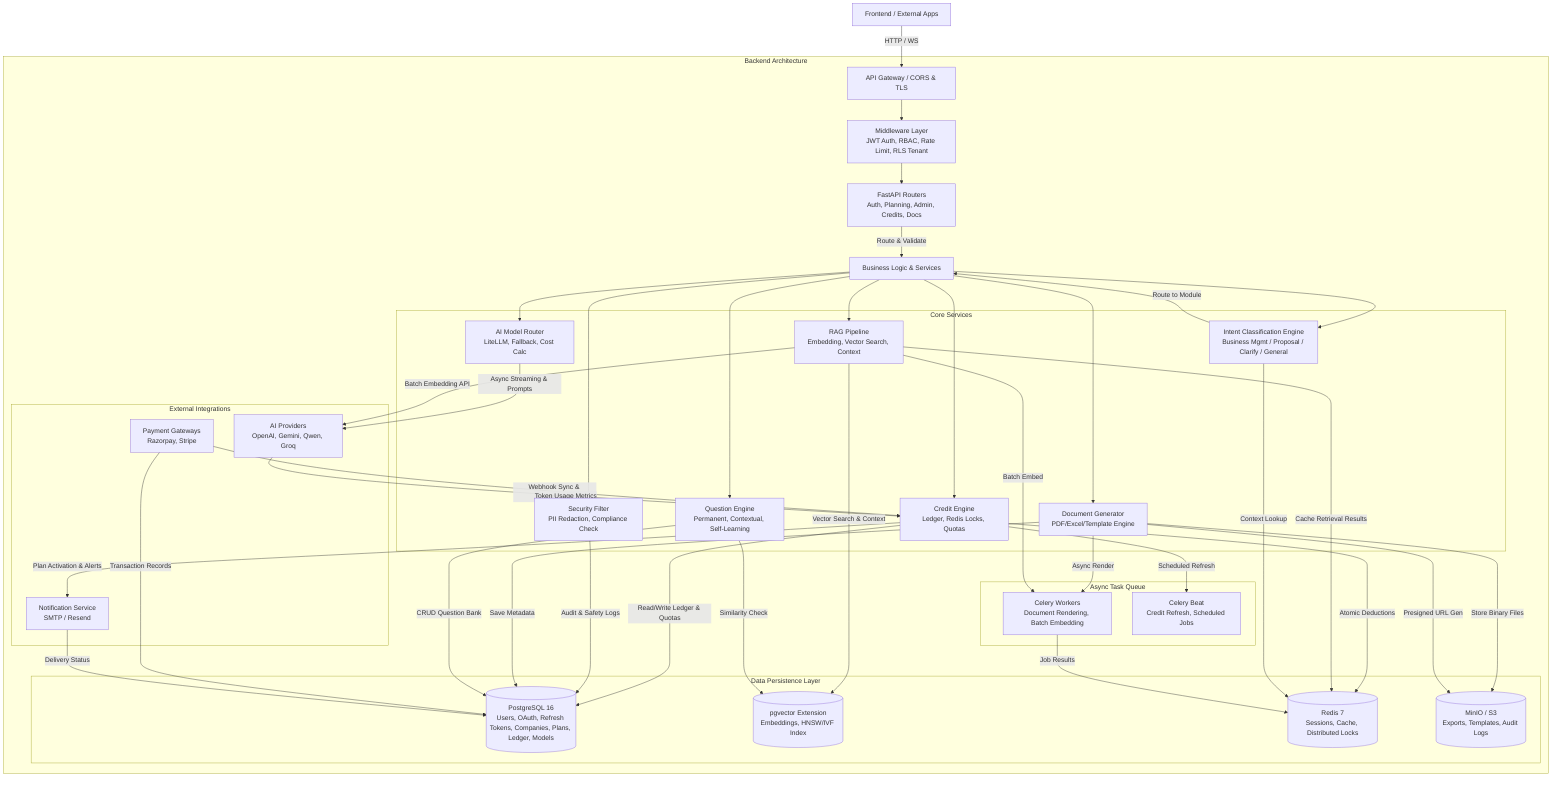
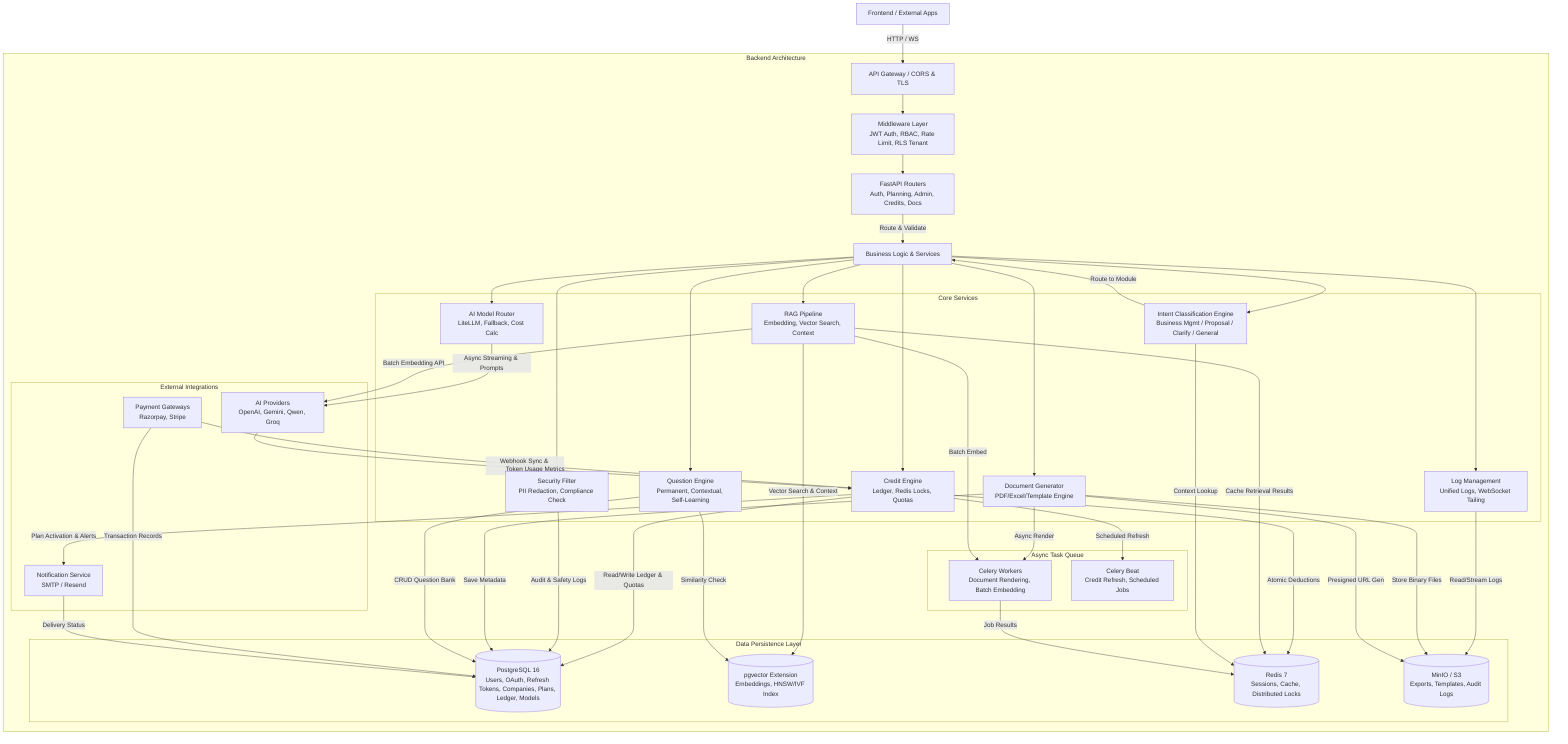
graph TD
    Client[Frontend / External Apps] -->|HTTP / WS| GW[API Gateway / CORS & TLS]

    subgraph BackendArchitecture["Backend Architecture"]
        GW --> MW[Middleware Layer\nJWT Auth, RBAC, Rate Limit, RLS Tenant]
        MW --> Controllers[FastAPI Routers\nAuth, Planning, Admin, Credits, Docs]

        Controllers -->|Route & Validate| Services[Business Logic & Services]

        subgraph CoreServices["Core Services"]
            IntentEngine[Intent Classification Engine\nBusiness Mgmt / Proposal / Clarify / General]
            CreditSvc[Credit Engine\nLedger, Redis Locks, Quotas]
            AIRouter[AI Model Router\nLiteLLM, Fallback, Cost Calc]
            RAGSvc[RAG Pipeline\nEmbedding, Vector Search, Context]
            QuestionEngine[Question Engine\nPermanent, Contextual, Self-Learning]
+             LogSvc[Log Management\nUnified Logs, WebSocket Tailing]
            GuardRail[Security Filter\nPII Redaction, Compliance Check]
            DocGen[Document Generator\nPDF/Excel/Template Engine]
        end

        Services --> IntentEngine
        IntentEngine -->|Route to Module| Services
        Services --> CreditSvc
        Services --> AIRouter
        Services --> RAGSvc
        Services --> QuestionEngine
+         Services --> LogSvc
        Services --> GuardRail
        Services --> DocGen

        subgraph TaskQueue["Async Task Queue"]
            Celery[Celery Workers\nDocument Rendering, Batch Embedding]
            CeleryBeat[Celery Beat\nCredit Refresh, Scheduled Jobs]
        end

        DocGen -->|Async Render| Celery
        CreditSvc -->|Scheduled Refresh| CeleryBeat
        RAGSvc -->|Batch Embed| Celery

        subgraph DataPersistenceLayer["Data Persistence Layer"]
            PG[(PostgreSQL 16\nUsers, OAuth, Refresh Tokens, Companies, Plans, Ledger, Models)]
            PGVec[(pgvector Extension\nEmbeddings, HNSW/IVF Index)]
            Redis[(Redis 7\nSessions, Cache, Distributed Locks)]
            MinIO[(MinIO / S3\nExports, Templates, Audit Logs)]
        end

        CreditSvc -->|Read/Write Ledger & Quotas| PG
        CreditSvc -->|Atomic Deductions| Redis
        RAGSvc -->|Vector Search & Context| PGVec
        RAGSvc -->|Cache Retrieval Results| Redis
        GuardRail -->|Audit & Safety Logs| PG
+         LogSvc -->|Read/Stream Logs| MinIO
        DocGen -->|Store Binary Files| MinIO
        DocGen -->|Save Metadata| PG
        QuestionEngine -->|CRUD Question Bank| PG
        QuestionEngine -->|Similarity Check| PGVec
        IntentEngine -->|Context Lookup| Redis

        subgraph ExternalIntegrations["External Integrations"]
            LLMs[AI Providers\nOpenAI, Gemini, Qwen, Groq]
            Pay[Payment Gateways\nRazorpay, Stripe]
            Email[Notification Service\nSMTP / Resend]
        end

        AIRouter -->|Async Streaming & Prompts| LLMs
        Pay -->|Webhook Sync & Entitlements| CreditSvc
        CreditSvc -->|Plan Activation & Alerts| Email
        RAGSvc -->|Batch Embedding API| LLMs

        LLMs -->|Token Usage Metrics| CreditSvc
        Pay -->|Transaction Records| PG
        Email -->|Delivery Status| PG

        DocGen -->|Presigned URL Gen| MinIO
        Celery -->|Job Results| Redis
    end